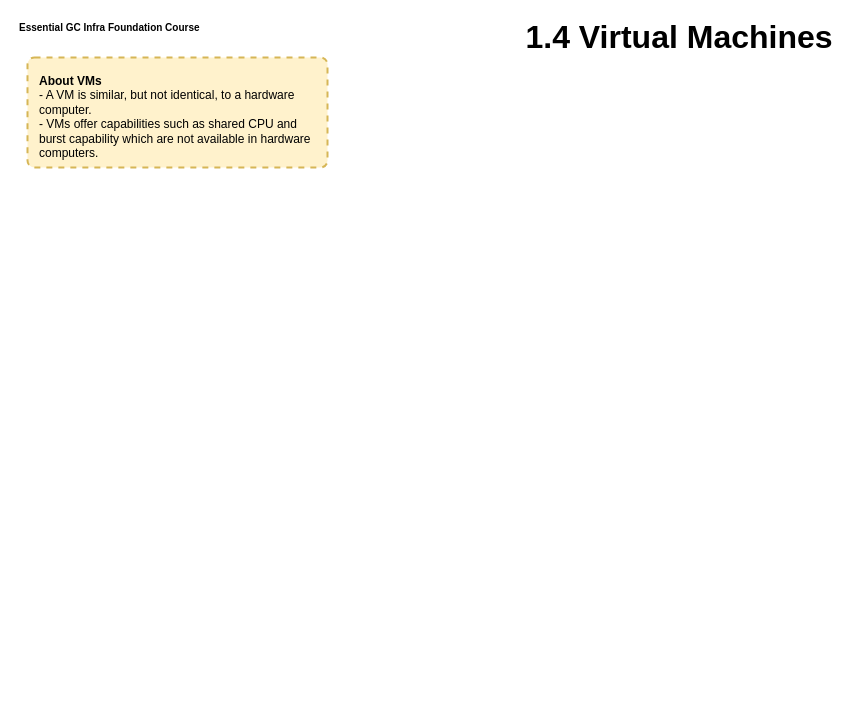
This is page "1.4 - Virtual Machines" (5 of 13) of gcp.drawio from appsparkler/draw.io, a draw.io file, before an edit. Source tidied: cells renumbered, new cells numbered last; positions are measured from the earlier drawing's top-left corner, leaving out a move shared by most shapes. Both pictures are drawn from the tidied source at 100%, with x=0, y=0 at pixel (17, 17).
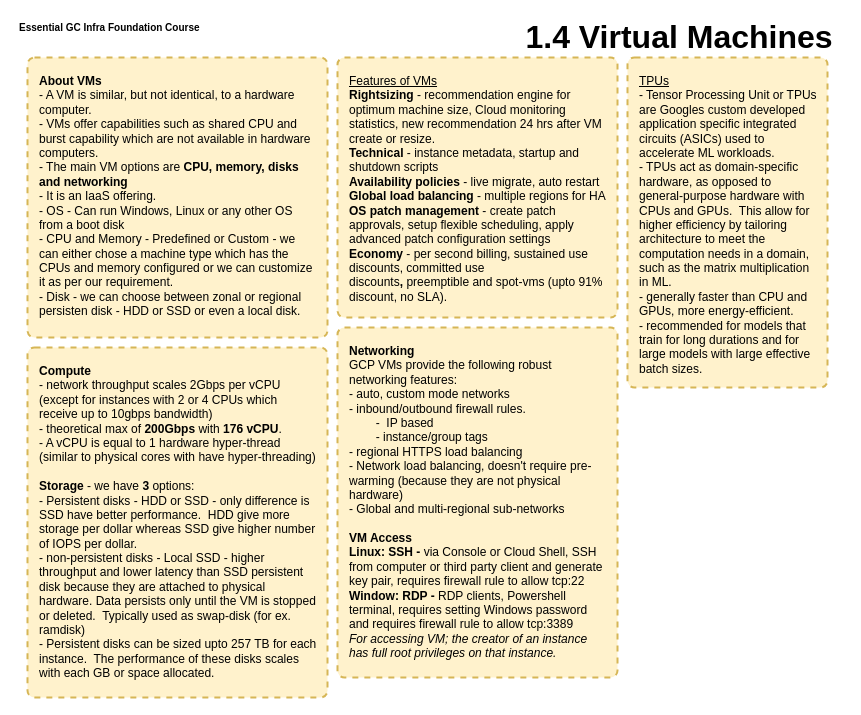
Above is the later version.

The edit, as a diff of the source:
```diff
@@
 <mxGraphModel>
   <root>
     <mxCell id="0" />
     <mxCell id="1" parent="0" />
     <mxCell id="2" value="&lt;div&gt;Essential GC Infra Foundation Course&lt;/div&gt;" style="text;html=1;whiteSpace=wrap;strokeColor=none;fillColor=none;align=left;verticalAlign=middle;rounded=0;fontSize=10;fontStyle=1;" parent="1" vertex="1">
       <mxGeometry width="190" height="20" as="geometry" />
     </mxCell>
     <mxCell id="3" value="1.4 Virtual Machines" style="text;html=1;whiteSpace=wrap;strokeColor=none;fillColor=none;align=center;verticalAlign=middle;rounded=0;fontSize=32;fontStyle=1;" parent="1" vertex="1">
       <mxGeometry x="497" width="330" height="40" as="geometry" />
     </mxCell>
-    <mxCell id="4" value="&lt;div&gt;&lt;b&gt;About VMs&lt;/b&gt;&lt;/div&gt;&lt;div&gt;- A VM is similar, but not identical, to a hardware computer.&amp;nbsp;&lt;/div&gt;&lt;div&gt;- VMs offer capabilities such as shared CPU and burst capability which are not available in hardware computers.&lt;/div&gt;" style="rounded=1;whiteSpace=wrap;html=1;absoluteArcSize=1;arcSize=14;strokeWidth=2;fillColor=#fff2cc;strokeColor=#d6b656;align=left;spacing=12;verticalAlign=top;dashed=1;" parent="1" vertex="1">
-      <mxGeometry x="10" y="40" width="300" height="110" as="geometry" />
+    <mxCell id="4" value="&lt;div&gt;&lt;b&gt;About VMs&lt;/b&gt;&lt;/div&gt;&lt;div&gt;- A VM is similar, but not identical, to a hardware computer.&amp;nbsp;&lt;/div&gt;&lt;div&gt;- VMs offer capabilities such as shared CPU and burst capability which are not available in hardware computers.&lt;/div&gt;&lt;div&gt;- The main VM options are&amp;nbsp;&lt;b&gt;CPU,&amp;nbsp;memory, disks and networking&lt;/b&gt;&lt;/div&gt;&lt;div&gt;- It is an IaaS offering.&lt;/div&gt;&lt;div&gt;- OS - Can run Windows, Linux or any other OS from a boot disk&lt;/div&gt;&lt;div&gt;- CPU and Memory - Predefined or Custom - we can either chose a machine type which has the CPUs and memory configured or we can customize it as per our requirement.&lt;/div&gt;&lt;div&gt;- Disk - we can choose between zonal or regional persisten disk - HDD or SSD or even a local disk.&lt;/div&gt;" style="rounded=1;whiteSpace=wrap;html=1;absoluteArcSize=1;arcSize=14;strokeWidth=2;fillColor=#fff2cc;strokeColor=#d6b656;align=left;spacing=12;verticalAlign=top;dashed=1;" parent="1" vertex="1">
+      <mxGeometry x="10" y="40" width="300" height="280" as="geometry" />
     </mxCell>
+    <mxCell id="5" value="&lt;div&gt;&lt;u&gt;Features of VMs&lt;/u&gt;&lt;/div&gt;&lt;div&gt;&lt;b&gt;Rightsizing&lt;/b&gt; - recommendation engine for optimum machine size, Cloud monitoring statistics, new recommendation 24 hrs after VM create or resize.&lt;/div&gt;&lt;div&gt;&lt;b&gt;Technical &lt;/b&gt;- instance metadata, startup and shutdown scripts&lt;/div&gt;&lt;div&gt;&lt;b&gt;Availability policies &lt;/b&gt;- live migrate, auto restart&lt;/div&gt;&lt;div&gt;&lt;b&gt;Global load balancing&amp;nbsp;&lt;/b&gt;- multiple regions for HA&lt;/div&gt;&lt;div&gt;&lt;b&gt;OS patch management&lt;/b&gt;&amp;nbsp;- create patch approvals, setup flexible scheduling, apply advanced patch configuration settings&lt;/div&gt;&lt;div&gt;&lt;b&gt;Economy &lt;/b&gt;- per second billing, sustained use discounts, committed use discounts&lt;b&gt;,&amp;nbsp;&lt;/b&gt;preemptible and spot-vms (upto 91% discount, no SLA).&lt;/div&gt;&lt;div&gt;&lt;br&gt;&lt;/div&gt;" style="rounded=1;whiteSpace=wrap;html=1;absoluteArcSize=1;arcSize=14;strokeWidth=2;fillColor=#fff2cc;strokeColor=#d6b656;align=left;spacing=12;verticalAlign=top;dashed=1;" parent="1" vertex="1">
+      <mxGeometry x="320" y="40" width="280" height="260" as="geometry" />
+    </mxCell>
+    <mxCell id="6" value="&lt;div&gt;&lt;u&gt;TPUs&lt;/u&gt;&lt;/div&gt;&lt;div&gt;- Tensor Processing Unit or TPUs are Googles custom developed application specific integrated circuits (ASICs) used to accelerate ML workloads.&lt;/div&gt;&lt;div&gt;- TPUs act as domain-specific hardware, as opposed to general-purpose hardware with CPUs and GPUs.&amp;nbsp; This allow for higher efficiency by tailoring architecture to meet the computation needs in a domain, such as the matrix multiplication in ML.&lt;/div&gt;&lt;div&gt;- generally faster than CPU and GPUs, more energy-efficient.&lt;/div&gt;&lt;div&gt;- recommended for models that train for long durations and for large models with large effective batch sizes.&lt;/div&gt;" style="rounded=1;whiteSpace=wrap;html=1;absoluteArcSize=1;arcSize=14;strokeWidth=2;fillColor=#fff2cc;strokeColor=#d6b656;align=left;spacing=12;verticalAlign=top;dashed=1;" parent="1" vertex="1">
+      <mxGeometry x="610" y="40" width="200" height="330" as="geometry" />
+    </mxCell>
+    <mxCell id="7" value="&lt;div&gt;&lt;b&gt;Compute&lt;/b&gt;&lt;/div&gt;&lt;div&gt;- network throughput scales 2Gbps per vCPU (except for instances with 2 or 4 CPUs which receive up to 10gbps bandwidth)&lt;/div&gt;&lt;div&gt;- theoretical max of &lt;b&gt;200Gbps&lt;/b&gt; with &lt;b&gt;176 vCPU&lt;/b&gt;.&lt;/div&gt;&lt;div&gt;- A vCPU is equal to 1 hardware hyper-thread (similar to physical cores with have hyper-threading)&lt;/div&gt;&lt;div&gt;&lt;br&gt;&lt;/div&gt;&lt;div&gt;&lt;b&gt;Storage &lt;/b&gt;- we have&lt;b&gt; 3&lt;/b&gt; options:&lt;/div&gt;&lt;div&gt;- Persistent disks - HDD or SSD - only difference is SSD have better performance.&amp;nbsp; HDD give more storage per dollar whereas SSD give higher number of IOPS per dollar.&lt;/div&gt;&lt;div&gt;- non-persistent disks - Local SSD - higher throughput and lower latency than SSD persistent disk because they are attached to physical hardware. Data persists only until the VM is stopped or deleted.&amp;nbsp; Typically used as swap-disk (for ex. ramdisk)&lt;/div&gt;&lt;div&gt;- Persistent disks can be sized upto 257 TB for each instance.&amp;nbsp; The performance of these disks scales with each GB or space allocated.&lt;/div&gt;" style="rounded=1;whiteSpace=wrap;html=1;absoluteArcSize=1;arcSize=14;strokeWidth=2;fillColor=#fff2cc;strokeColor=#d6b656;align=left;spacing=12;verticalAlign=top;dashed=1;" parent="1" vertex="1">
+      <mxGeometry x="10" y="330" width="300" height="350" as="geometry" />
+    </mxCell>
+    <mxCell id="8" value="&lt;div&gt;&lt;b&gt;Networking&lt;/b&gt;&lt;/div&gt;&lt;div&gt;GCP VMs provide the following robust networking features:&lt;/div&gt;&lt;div&gt;- auto, custom mode networks&lt;/div&gt;&lt;div&gt;- inbound/outbound firewall rules.&lt;/div&gt;&lt;div&gt;&lt;span style=&quot;white-space: pre;&quot;&gt;&#9;&lt;/span&gt;-&amp;nbsp; IP based&lt;/div&gt;&lt;div&gt;&lt;span style=&quot;white-space: pre;&quot;&gt;&#9;&lt;/span&gt;- instance/group tags&lt;/div&gt;&lt;div&gt;- regional HTTPS load balancing&lt;/div&gt;&lt;div&gt;- Network load balancing, doesn't require pre-warming (because they are not physical hardware)&lt;/div&gt;&lt;div&gt;- Global and multi-regional sub-networks&lt;/div&gt;&lt;div&gt;&lt;br&gt;&lt;/div&gt;&lt;div&gt;&lt;b&gt;VM Access&lt;/b&gt;&lt;/div&gt;&lt;div&gt;&lt;b&gt;Linux: SSH -&amp;nbsp;&lt;/b&gt;via Console or Cloud Shell, SSH from computer or third party client and generate key pair, requires firewall rule to allow tcp:22&lt;/div&gt;&lt;div&gt;&lt;b&gt;Window: RDP - &lt;/b&gt;RDP clients, Powershell terminal, requires setting Windows password and requires firewall rule to allow tcp:3389&lt;/div&gt;&lt;div&gt;&lt;i&gt;For accessing VM; the creator of an instance has full root privileges on that instance.&lt;/i&gt;&lt;/div&gt;" style="rounded=1;whiteSpace=wrap;html=1;absoluteArcSize=1;arcSize=14;strokeWidth=2;fillColor=#fff2cc;strokeColor=#d6b656;align=left;spacing=12;verticalAlign=top;dashed=1;" parent="1" vertex="1">
+      <mxGeometry x="320" y="310" width="280" height="350" as="geometry" />
+    </mxCell>
   </root>
 </mxGraphModel>
```
